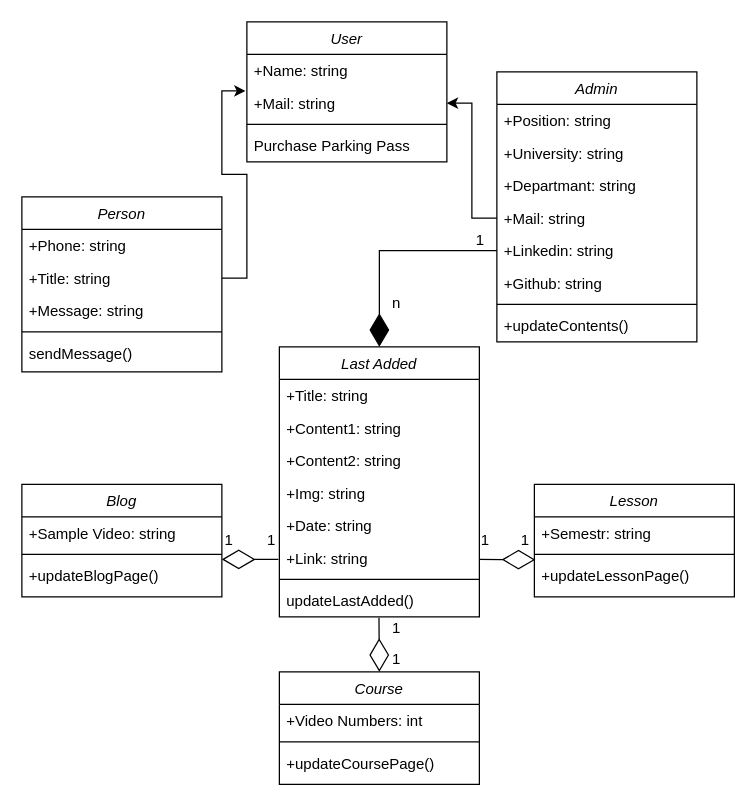
Earlier version of the draw.io diagram db-design/db-uml-design.drawio (koksoybedirhan/personal-web-site). Source tidied: cells renumbered, new cells numbered last; positions are measured from the earlier drawing's top-left corner, leaving out a move shared by most shapes. Both pictures are drawn from the tidied source at 125%, with x=0, y=0 at pixel (21, 21).
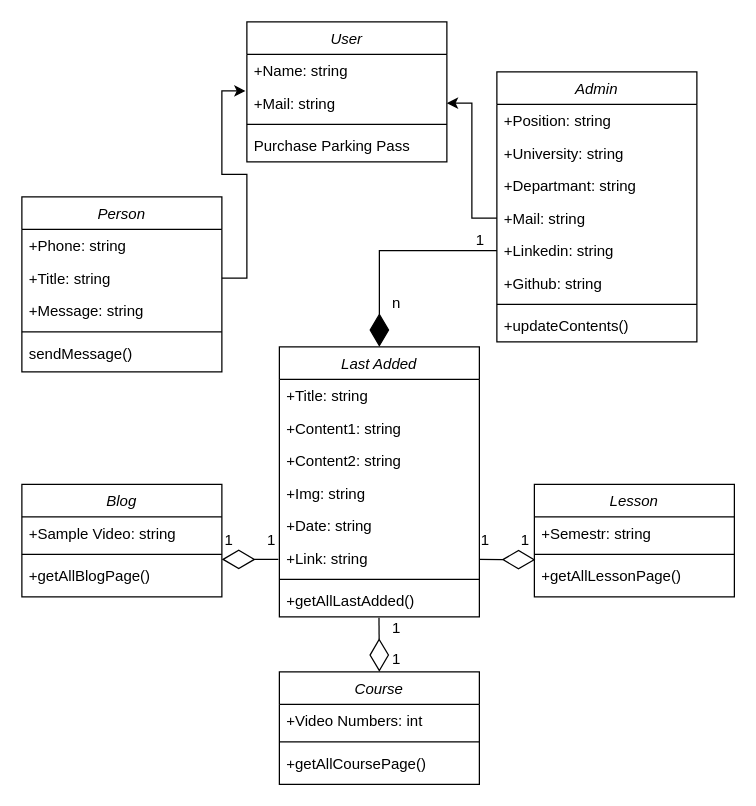
Above is the later version.

Unchanged cells that the change refers to:
```xml
<mxCell id="2" value="Last Added" style="swimlane;fontStyle=2;align=center;verticalAlign=top;horizontal=1;startSize=26;rounded=0;shadow=0;strokeWidth=1;" parent="1" vertex="1">
  <mxGeometry x="206" y="260" width="160" height="216" as="geometry" />
</mxCell>
<mxCell id="11" value="Lesson" style="swimlane;fontStyle=2;align=center;verticalAlign=top;horizontal=1;startSize=26;rounded=0;shadow=0;strokeWidth=1;" parent="1" vertex="1">
  <mxGeometry x="410" y="370" width="160" height="90" as="geometry" />
</mxCell>
<mxCell id="20" value="Course" style="swimlane;fontStyle=2;align=center;verticalAlign=top;horizontal=1;startSize=26;rounded=0;shadow=0;strokeWidth=1;" parent="1" vertex="1">
  <mxGeometry x="206" y="520" width="160" height="90" as="geometry" />
</mxCell>
<mxCell id="24" value="Blog" style="swimlane;fontStyle=2;align=center;verticalAlign=top;horizontal=1;startSize=26;rounded=0;shadow=0;strokeWidth=1;" parent="1" vertex="1">
  <mxGeometry y="370" width="160" height="90" as="geometry" />
</mxCell>
```

Diff of the diagram source:
```diff
@@
-    <mxCell id="10" value="updateLastAdded()" style="text;align=left;verticalAlign=top;spacingLeft=4;spacingRight=4;overflow=hidden;points=[[0,0.5],[1,0.5]];portConstraint=eastwest;" parent="2" vertex="1">
+    <mxCell id="10" value="+getAllLastAdded()" style="text;align=left;verticalAlign=top;spacingLeft=4;spacingRight=4;overflow=hidden;points=[[0,0.5],[1,0.5]];portConstraint=eastwest;" parent="2" vertex="1">
       <mxGeometry y="190" width="160" height="26" as="geometry" />
     </mxCell>
@@
-    <mxCell id="14" value="+updateLessonPage()" style="text;align=left;verticalAlign=top;spacingLeft=4;spacingRight=4;overflow=hidden;points=[[0,0.5],[1,0.5]];portConstraint=eastwest;" parent="11" vertex="1">
+    <mxCell id="14" value="+getAllLessonPage()" style="text;align=left;verticalAlign=top;spacingLeft=4;spacingRight=4;overflow=hidden;points=[[0,0.5],[1,0.5]];portConstraint=eastwest;" parent="11" vertex="1">
       <mxGeometry y="60" width="160" height="26" as="geometry" />
     </mxCell>
@@
-    <mxCell id="23" value="+updateCoursePage()" style="text;align=left;verticalAlign=top;spacingLeft=4;spacingRight=4;overflow=hidden;" parent="20" vertex="1">
+    <mxCell id="23" value="+getAllCoursePage()" style="text;align=left;verticalAlign=top;spacingLeft=4;spacingRight=4;overflow=hidden;" parent="20" vertex="1">
       <mxGeometry y="60" width="160" height="26" as="geometry" />
     </mxCell>
@@
-    <mxCell id="27" value="+updateBlogPage()" style="text;align=left;verticalAlign=top;spacingLeft=4;spacingRight=4;overflow=hidden;" parent="24" vertex="1">
+    <mxCell id="27" value="+getAllBlogPage()" style="text;align=left;verticalAlign=top;spacingLeft=4;spacingRight=4;overflow=hidden;" parent="24" vertex="1">
       <mxGeometry y="60" width="160" height="26" as="geometry" />
     </mxCell>
```
